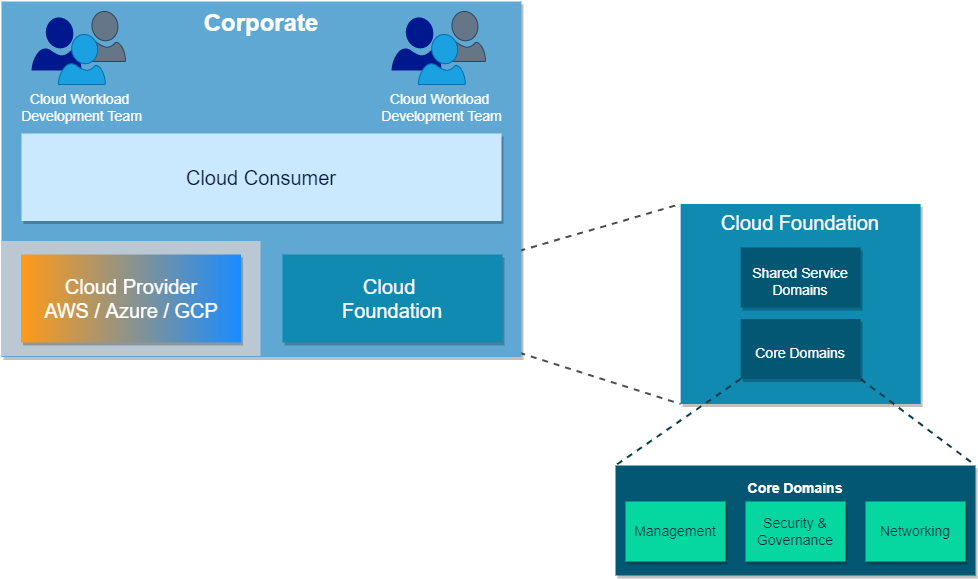
This is static/images/blog/aws-multiaccount-reference-architecture/foundation-core-domains.png from nuvibit/nuvibit.com, a draw.io export, as it was before one commit. Source tidied: cells renumbered, new cells last; positions are measured from the earlier drawing's top-left corner, leaving out a move shared by most shapes.
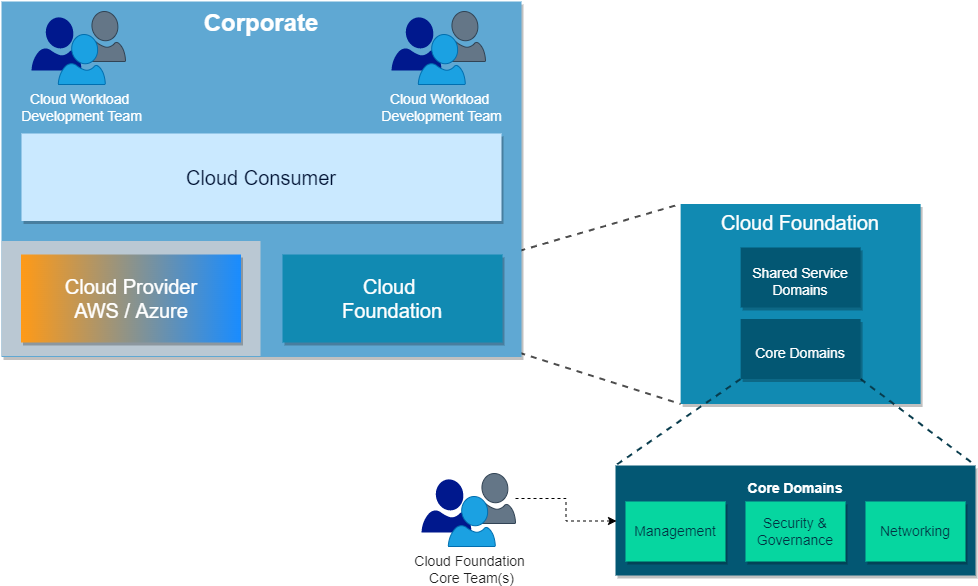
Above is the later version.

The edit, as a diff of the source:
```diff
@@ -45,7 +45,7 @@
     <mxCell id="14" style="whiteSpace=wrap;html=1;fontSize=12;verticalAlign=top;fillColor=#bac8d3;fontStyle=0;strokeColor=none;dashed=0;" parent="1" vertex="1">
       <mxGeometry y="239.5" width="259" height="115" as="geometry" />
     </mxCell>
-    <mxCell id="15" value="Cloud Provider&lt;br&gt;AWS / Azure / GCP" style="rounded=0;whiteSpace=wrap;html=1;fontSize=20;verticalAlign=middle;fontStyle=0;fontColor=#FFFFFF;gradientDirection=west;fillColor=#198CFF;gradientColor=#FF9A17;strokeColor=none;shadow=1;" parent="1" vertex="1">
+    <mxCell id="15" value="Cloud Provider&lt;br&gt;AWS / Azure" style="rounded=0;whiteSpace=wrap;html=1;fontSize=20;verticalAlign=middle;fontStyle=0;fontColor=#FFFFFF;gradientDirection=west;fillColor=#198CFF;gradientColor=#FF9A17;strokeColor=none;shadow=1;" parent="1" vertex="1">
       <mxGeometry x="19.5" y="253" width="220" height="88" as="geometry" />
     </mxCell>
     <mxCell id="16" value="Cloud Consumer" style="rounded=0;whiteSpace=wrap;html=1;fontSize=20;verticalAlign=middle;fontStyle=0;fillColor=#cae9ff;strokeColor=none;fontColor=#001233;shadow=1;" parent="1" vertex="1">
@@ -78,5 +78,22 @@
     <mxCell id="25" value="Cloud Workload &lt;br&gt;Development&amp;nbsp;Team" style="sketch=0;shadow=0;dashed=0;html=1;strokeColor=#006EAF;labelPosition=center;verticalLabelPosition=bottom;verticalAlign=top;align=center;fillColor=#1ba1e2;shape=mxgraph.azure.user;fontSize=14;fontColor=#ffffff;" parent="22" vertex="1">
       <mxGeometry x="26.8" y="23" width="47" height="50" as="geometry" />
     </mxCell>
+    <mxCell id="26" style="group;" parent="1" vertex="1">
+      <mxGeometry x="420" y="472" width="94" height="73" as="geometry" />
+    </mxCell>
+    <mxCell id="27" style="sketch=0;shadow=0;dashed=0;html=1;strokeColor=none;labelPosition=center;verticalLabelPosition=bottom;verticalAlign=top;align=center;fillColor=#00188D;shape=mxgraph.azure.user;fontSize=14;" parent="26" vertex="1">
+      <mxGeometry y="5.8" width="50" height="53.2" as="geometry" />
+    </mxCell>
+    <mxCell id="28" style="sketch=0;shadow=0;dashed=0;html=1;strokeColor=#314354;labelPosition=center;verticalLabelPosition=bottom;verticalAlign=top;align=center;fillColor=#647687;shape=mxgraph.azure.user;fontSize=14;fontColor=#ffffff;" parent="26" vertex="1">
+      <mxGeometry x="47" width="47" height="50" as="geometry" />
+    </mxCell>
+    <mxCell id="29" value="Cloud Foundation &lt;br&gt;Core Team(s)" style="sketch=0;shadow=0;dashed=0;html=1;strokeColor=#006EAF;labelPosition=center;verticalLabelPosition=bottom;verticalAlign=top;align=center;fillColor=#1ba1e2;shape=mxgraph.azure.user;fontSize=14;fontColor=#1F1F1F;" parent="26" vertex="1">
+      <mxGeometry x="26.8" y="23" width="47" height="50" as="geometry" />
+    </mxCell>
+    <mxCell id="30" style="edgeStyle=orthogonalEdgeStyle;rounded=0;jettySize=auto;html=1;fontColor=#1F1F1F;dashed=1;entryX=0;entryY=0.25;entryDx=0;entryDy=0;" parent="1" edge="1" source="28">
+      <mxGeometry relative="1" as="geometry">
+        <mxPoint x="615" y="519.5" as="targetPoint" />
+      </mxGeometry>
+    </mxCell>
   </root>
 </mxGraphModel>
```
